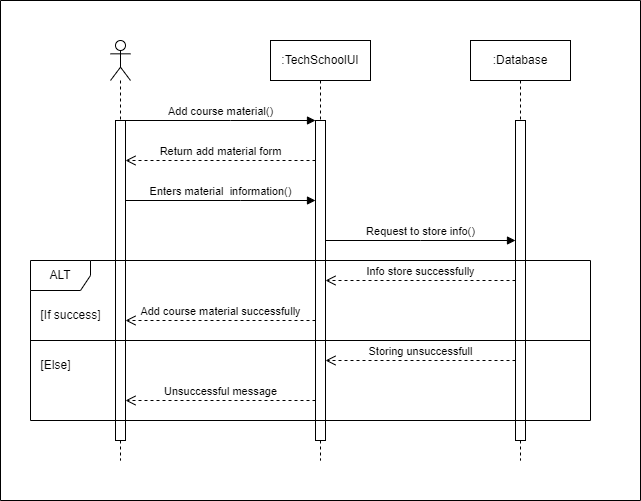
Above: Materials/Sequence Diagrams/SD_Add Course Material.png in iprosenjitp/Tech-School (draw.io), before the change. Source tidied: cells renumbered, new cells last; positions are measured from the earlier drawing's top-left corner, leaving out a move shared by most shapes.
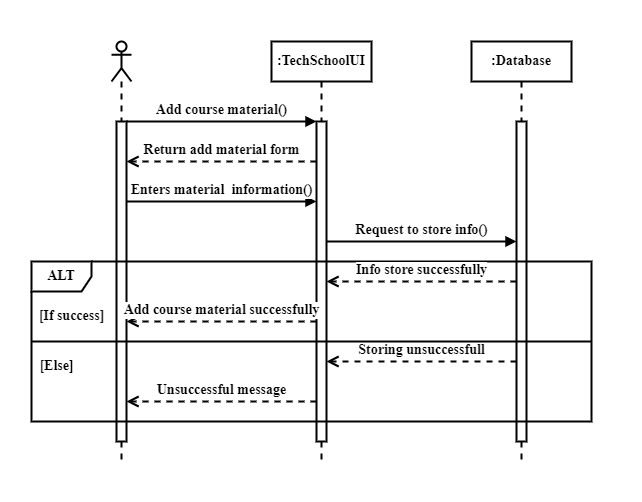
Later version of the same file.

Change to the diagram source:
```diff
@@ -2,92 +2,92 @@
   <root>
     <mxCell id="0" />
     <mxCell id="1" parent="0" />
-    <mxCell id="2" style="shape=umlLifeline;perimeter=lifelinePerimeter;whiteSpace=wrap;html=1;newEdgeStyle={&quot;curved&quot;:0,&quot;rounded&quot;:0};participant=umlActor;" parent="1" vertex="1">
+    <mxCell id="2" style="shape=umlLifeline;perimeter=lifelinePerimeter;whiteSpace=wrap;html=1;newEdgeStyle={&quot;curved&quot;:0,&quot;rounded&quot;:0};participant=umlActor;strokeWidth=2;fontFamily=Times New Roman;fontStyle=1;fontSize=14;" parent="1" vertex="1">
       <mxGeometry x="110" y="40" width="20" height="420" as="geometry" />
     </mxCell>
-    <mxCell id="3" style="html=1;points=[[0,0,0,0,5],[0,1,0,0,-5],[1,0,0,0,5],[1,1,0,0,-5]];perimeter=orthogonalPerimeter;outlineConnect=0;targetShapes=umlLifeline;portConstraint=eastwest;newEdgeStyle={&quot;curved&quot;:0,&quot;rounded&quot;:0};" parent="2" vertex="1">
+    <mxCell id="3" style="html=1;points=[[0,0,0,0,5],[0,1,0,0,-5],[1,0,0,0,5],[1,1,0,0,-5]];perimeter=orthogonalPerimeter;outlineConnect=0;targetShapes=umlLifeline;portConstraint=eastwest;newEdgeStyle={&quot;curved&quot;:0,&quot;rounded&quot;:0};strokeWidth=2;fontFamily=Times New Roman;fontStyle=1;fontSize=14;" parent="2" vertex="1">
       <mxGeometry x="5" y="80" width="10" height="320" as="geometry" />
     </mxCell>
-    <mxCell id="4" value=":TechSchoolUI" style="shape=umlLifeline;perimeter=lifelinePerimeter;whiteSpace=wrap;html=1;newEdgeStyle={&quot;curved&quot;:0,&quot;rounded&quot;:0};" parent="1" vertex="1">
+    <mxCell id="4" value=":TechSchoolUI" style="shape=umlLifeline;perimeter=lifelinePerimeter;whiteSpace=wrap;html=1;newEdgeStyle={&quot;curved&quot;:0,&quot;rounded&quot;:0};strokeWidth=2;fontFamily=Times New Roman;fontStyle=1;fontSize=14;" parent="1" vertex="1">
       <mxGeometry x="270" y="40" width="100" height="420" as="geometry" />
     </mxCell>
-    <mxCell id="5" style="html=1;points=[[0,0,0,0,5],[0,1,0,0,-5],[1,0,0,0,5],[1,1,0,0,-5]];perimeter=orthogonalPerimeter;outlineConnect=0;targetShapes=umlLifeline;portConstraint=eastwest;newEdgeStyle={&quot;curved&quot;:0,&quot;rounded&quot;:0};" parent="4" vertex="1">
+    <mxCell id="5" style="html=1;points=[[0,0,0,0,5],[0,1,0,0,-5],[1,0,0,0,5],[1,1,0,0,-5]];perimeter=orthogonalPerimeter;outlineConnect=0;targetShapes=umlLifeline;portConstraint=eastwest;newEdgeStyle={&quot;curved&quot;:0,&quot;rounded&quot;:0};strokeWidth=2;fontFamily=Times New Roman;fontStyle=1;fontSize=14;" parent="4" vertex="1">
       <mxGeometry x="45" y="80" width="10" height="320" as="geometry" />
     </mxCell>
-    <mxCell id="6" value=":Database" style="shape=umlLifeline;perimeter=lifelinePerimeter;whiteSpace=wrap;html=1;newEdgeStyle={&quot;curved&quot;:0,&quot;rounded&quot;:0};" parent="1" vertex="1">
+    <mxCell id="6" value=":Database" style="shape=umlLifeline;perimeter=lifelinePerimeter;whiteSpace=wrap;html=1;newEdgeStyle={&quot;curved&quot;:0,&quot;rounded&quot;:0};strokeWidth=2;fontFamily=Times New Roman;fontStyle=1;fontSize=14;" parent="1" vertex="1">
       <mxGeometry x="470" y="40" width="100" height="420" as="geometry" />
     </mxCell>
-    <mxCell id="7" style="html=1;points=[[0,0,0,0,5],[0,1,0,0,-5],[1,0,0,0,5],[1,1,0,0,-5]];perimeter=orthogonalPerimeter;outlineConnect=0;targetShapes=umlLifeline;portConstraint=eastwest;newEdgeStyle={&quot;curved&quot;:0,&quot;rounded&quot;:0};" parent="6" vertex="1">
+    <mxCell id="7" style="html=1;points=[[0,0,0,0,5],[0,1,0,0,-5],[1,0,0,0,5],[1,1,0,0,-5]];perimeter=orthogonalPerimeter;outlineConnect=0;targetShapes=umlLifeline;portConstraint=eastwest;newEdgeStyle={&quot;curved&quot;:0,&quot;rounded&quot;:0};strokeWidth=2;fontFamily=Times New Roman;fontStyle=1;fontSize=14;" parent="6" vertex="1">
       <mxGeometry x="45" y="80" width="10" height="320" as="geometry" />
     </mxCell>
-    <mxCell id="8" value="Add course material()" style="html=1;verticalAlign=bottom;endArrow=block;curved=0;rounded=0;" parent="1" edge="1" source="3" target="5">
+    <mxCell id="8" value="Add course material()" style="html=1;verticalAlign=bottom;endArrow=block;curved=0;rounded=0;strokeWidth=2;fontFamily=Times New Roman;fontStyle=1;fontSize=14;" parent="1" edge="1" source="3" target="5">
       <mxGeometry relative="1" as="geometry">
         <Array as="points">
           <mxPoint x="230" y="120" />
         </Array>
       </mxGeometry>
     </mxCell>
-    <mxCell id="9" value="Return add material form" style="html=1;verticalAlign=bottom;endArrow=open;dashed=1;endSize=8;curved=0;rounded=0;" parent="1" edge="1" source="5" target="3">
+    <mxCell id="9" value="Return add material form" style="html=1;verticalAlign=bottom;endArrow=open;dashed=1;endSize=8;curved=0;rounded=0;strokeWidth=2;fontFamily=Times New Roman;fontStyle=1;fontSize=14;" parent="1" edge="1" source="5" target="3">
       <mxGeometry relative="1" as="geometry">
         <Array as="points">
           <mxPoint x="220" y="160" />
         </Array>
       </mxGeometry>
     </mxCell>
-    <mxCell id="10" value="Enters material&amp;nbsp; information()" style="html=1;verticalAlign=bottom;endArrow=block;curved=0;rounded=0;" parent="1" edge="1" source="3" target="5">
+    <mxCell id="10" value="Enters material&amp;nbsp; information()" style="html=1;verticalAlign=bottom;endArrow=block;curved=0;rounded=0;strokeWidth=2;fontFamily=Times New Roman;fontStyle=1;fontSize=14;" parent="1" edge="1" source="3" target="5">
       <mxGeometry relative="1" as="geometry">
         <Array as="points">
           <mxPoint x="240" y="200" />
         </Array>
       </mxGeometry>
     </mxCell>
-    <mxCell id="11" value="Request to store info()" style="html=1;verticalAlign=bottom;endArrow=block;curved=0;rounded=0;" parent="1" edge="1" source="5" target="7">
+    <mxCell id="11" value="Request to store info()" style="html=1;verticalAlign=bottom;endArrow=block;curved=0;rounded=0;strokeWidth=2;fontFamily=Times New Roman;fontStyle=1;fontSize=14;" parent="1" edge="1" source="5" target="7">
       <mxGeometry relative="1" as="geometry">
         <Array as="points">
           <mxPoint x="420" y="240" />
         </Array>
       </mxGeometry>
     </mxCell>
-    <mxCell id="12" value="ALT" style="shape=umlFrame;whiteSpace=wrap;html=1;" parent="1" vertex="1">
+    <mxCell id="12" value="ALT" style="shape=umlFrame;whiteSpace=wrap;html=1;strokeWidth=2;fontFamily=Times New Roman;fontStyle=1;fontSize=14;" parent="1" vertex="1">
       <mxGeometry x="30" y="260" width="560" height="160" as="geometry" />
     </mxCell>
-    <mxCell id="13" value="Info store successfully" style="html=1;verticalAlign=bottom;endArrow=open;dashed=1;endSize=8;curved=0;rounded=0;" parent="1" edge="1" source="7" target="5">
+    <mxCell id="13" value="Info store successfully" style="html=1;verticalAlign=bottom;endArrow=open;dashed=1;endSize=8;curved=0;rounded=0;strokeWidth=2;fontFamily=Times New Roman;fontStyle=1;fontSize=14;" parent="1" edge="1" source="7" target="5">
       <mxGeometry relative="1" as="geometry">
         <Array as="points">
           <mxPoint x="420" y="280" />
         </Array>
       </mxGeometry>
     </mxCell>
-    <mxCell id="14" value="Add course material successfully" style="html=1;verticalAlign=bottom;endArrow=open;dashed=1;endSize=8;curved=0;rounded=0;" parent="1" edge="1" source="5" target="3">
+    <mxCell id="14" value="Add course material successfully" style="html=1;verticalAlign=bottom;endArrow=open;dashed=1;endSize=8;curved=0;rounded=0;strokeWidth=2;fontFamily=Times New Roman;fontStyle=1;fontSize=14;" parent="1" edge="1" source="5" target="3">
       <mxGeometry relative="1" as="geometry">
         <Array as="points">
           <mxPoint x="220" y="320" />
         </Array>
       </mxGeometry>
     </mxCell>
-    <mxCell id="15" value="Storing unsuccessfull" style="html=1;verticalAlign=bottom;endArrow=open;dashed=1;endSize=8;curved=0;rounded=0;" parent="1" edge="1">
+    <mxCell id="15" value="Storing unsuccessfull" style="html=1;verticalAlign=bottom;endArrow=open;dashed=1;endSize=8;curved=0;rounded=0;strokeWidth=2;fontFamily=Times New Roman;fontStyle=1;fontSize=14;" parent="1" edge="1">
       <mxGeometry relative="1" as="geometry">
         <mxPoint x="515" y="360" as="sourcePoint" />
         <mxPoint x="325" y="360" as="targetPoint" />
       </mxGeometry>
     </mxCell>
-    <mxCell id="16" value="Unsuccessful message" style="html=1;verticalAlign=bottom;endArrow=open;dashed=1;endSize=8;curved=0;rounded=0;" parent="1" edge="1" source="5" target="3">
+    <mxCell id="16" value="Unsuccessful message" style="html=1;verticalAlign=bottom;endArrow=open;dashed=1;endSize=8;curved=0;rounded=0;strokeWidth=2;fontFamily=Times New Roman;fontStyle=1;fontSize=14;" parent="1" edge="1" source="5" target="3">
       <mxGeometry relative="1" as="geometry">
         <Array as="points">
           <mxPoint x="220" y="400" />
         </Array>
       </mxGeometry>
     </mxCell>
-    <mxCell id="17" style="swimlane;startSize=0;" parent="1" vertex="1">
+    <mxCell id="17" style="swimlane;startSize=0;strokeWidth=2;fontFamily=Times New Roman;fontStyle=1;fontSize=14;strokeColor=#FFFFFF;" parent="1" vertex="1">
       <mxGeometry width="640" height="500" as="geometry" />
     </mxCell>
-    <mxCell id="18" value="[If success]" style="text;html=1;align=center;verticalAlign=middle;strokeColor=none;fillColor=none;" parent="17" vertex="1">
-      <mxGeometry x="30" y="300" width="80" height="30" as="geometry" />
+    <mxCell id="18" value="[If success]" style="text;html=1;align=center;verticalAlign=middle;strokeColor=none;fillColor=none;strokeWidth=2;fontFamily=Times New Roman;fontStyle=1;fontSize=14;" parent="17" vertex="1">
+      <mxGeometry x="25" y="300" width="90" height="30" as="geometry" />
     </mxCell>
-    <mxCell id="19" value="[Else]" style="text;html=1;align=center;verticalAlign=middle;strokeColor=none;fillColor=none;" parent="17" vertex="1">
-      <mxGeometry x="30" y="350" width="50" height="30" as="geometry" />
+    <mxCell id="19" value="[Else]" style="text;html=1;align=center;verticalAlign=middle;strokeColor=none;fillColor=none;strokeWidth=2;fontFamily=Times New Roman;fontStyle=1;fontSize=14;" parent="17" vertex="1">
+      <mxGeometry x="25" y="350" width="60" height="30" as="geometry" />
     </mxCell>
-    <mxCell id="20" style="line;strokeWidth=1;fillColor=none;align=left;verticalAlign=middle;spacingTop=-1;spacingLeft=3;spacingRight=3;labelPosition=right;strokeColor=inherit;" parent="1" vertex="1">
+    <mxCell id="20" style="line;strokeWidth=2;fillColor=none;align=left;verticalAlign=middle;spacingTop=-1;spacingLeft=3;spacingRight=3;labelPosition=right;strokeColor=inherit;fontFamily=Times New Roman;fontStyle=1;fontSize=14;" parent="1" vertex="1">
       <mxGeometry x="30" y="336" width="560" height="8" as="geometry" />
     </mxCell>
   </root>
```
